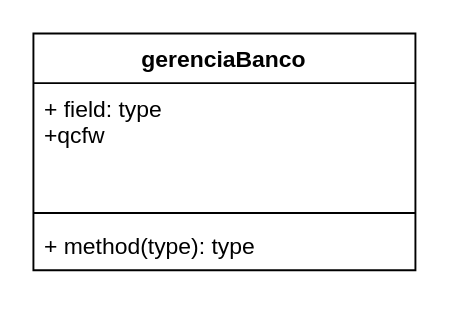
The draw.io diagram Diagrama sem nome.drawio in ENGENHARIA-DE-SOFTWARE-UNOPAR/gerenciaBanco, before the edit. Source tidied: cells renumbered, new cells numbered last; positions are measured from the earlier drawing's top-left corner, leaving out a move shared by most shapes. Both pictures are drawn from the tidied source at 191%, with x=0, y=0 at pixel (32, 32).
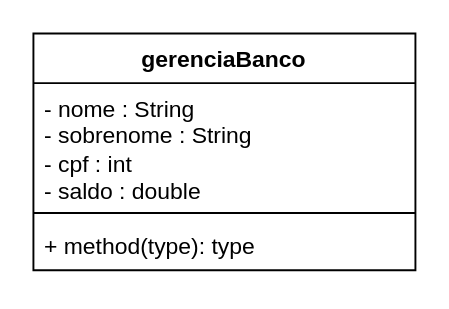
Above is the later version.

Diff of the diagram source:
```diff
@@
 <mxGraphModel>
   <root>
     <mxCell id="0" />
     <mxCell id="1" parent="0" />
     <mxCell id="2" value="gerenciaBanco" style="swimlane;fontStyle=1;align=center;verticalAlign=top;horizontal=1;startSize=26;whiteSpace=wrap;html=1;" parent="1" vertex="1">
       <mxGeometry width="200" height="124" as="geometry" />
     </mxCell>
-    <mxCell id="3" value="+ field: type&lt;br&gt;+qcfw" style="text;strokeColor=none;fillColor=none;align=left;verticalAlign=top;spacingLeft=4;spacingRight=4;overflow=hidden;whiteSpace=wrap;html=1;" parent="2" vertex="1">
+    <mxCell id="3" value="- nome : String&lt;br&gt;- sobrenome : String&lt;br&gt;- cpf : int&lt;br&gt;- saldo : double" style="text;strokeColor=none;fillColor=none;align=left;verticalAlign=top;spacingLeft=4;spacingRight=4;overflow=hidden;whiteSpace=wrap;html=1;" parent="2" vertex="1">
       <mxGeometry y="26" width="200" height="64" as="geometry" />
     </mxCell>
     <mxCell id="4" style="line;strokeWidth=1;fillColor=none;align=left;verticalAlign=middle;spacingTop=-1;spacingLeft=3;spacingRight=3;labelPosition=right;strokeColor=inherit;" parent="2" vertex="1">
       <mxGeometry y="90" width="200" height="8" as="geometry" />
     </mxCell>
     <mxCell id="5" value="+ method(type): type" style="text;strokeColor=none;fillColor=none;align=left;verticalAlign=top;spacingLeft=4;spacingRight=4;overflow=hidden;whiteSpace=wrap;html=1;" parent="2" vertex="1">
       <mxGeometry y="98" width="200" height="26" as="geometry" />
     </mxCell>
   </root>
 </mxGraphModel>
```
